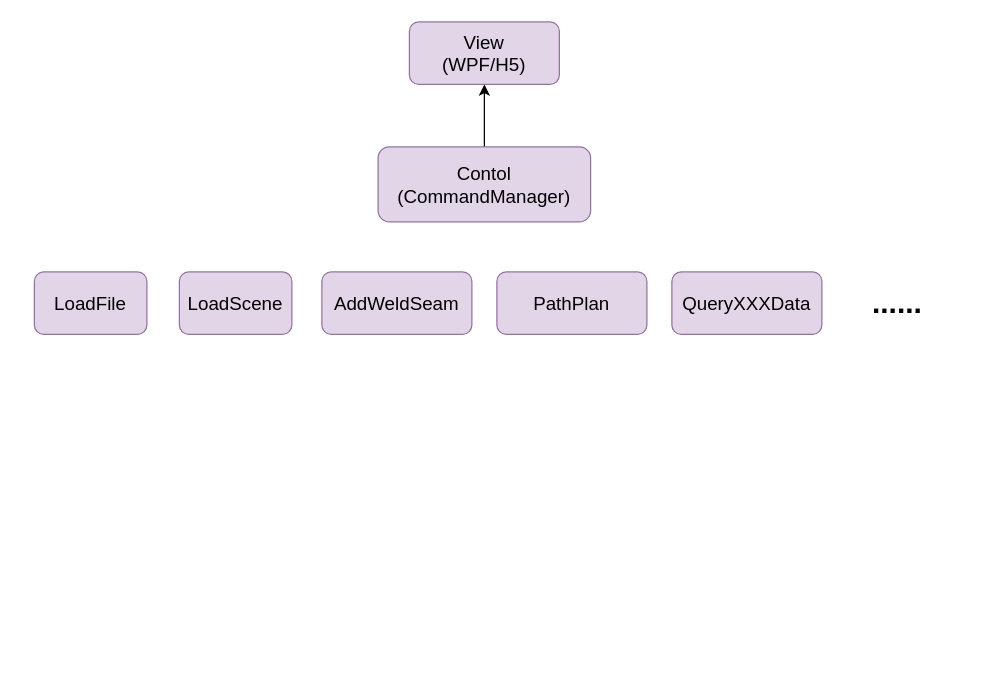
Above: 未命名绘图.drawio in TsinHC/ebook (draw.io), before the change. Source tidied: cells renumbered, new cells numbered last; positions are measured from the earlier drawing's top-left corner, leaving out a move shared by most shapes. Both pictures are drawn from the tidied source at 125%, with x=0, y=0 at pixel (34, 21).
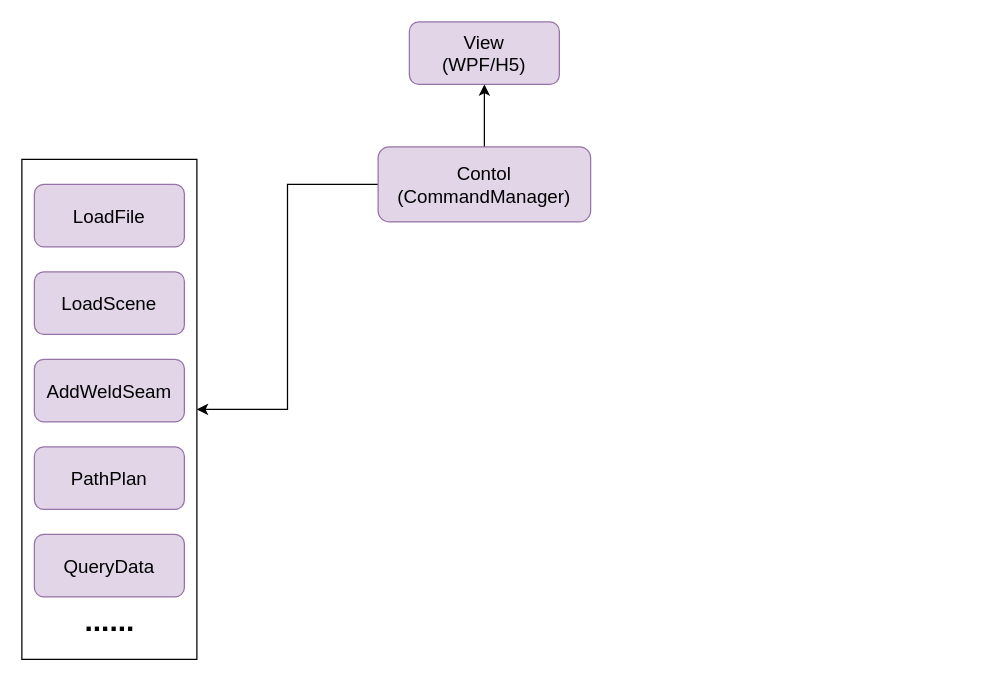
The same diagram, later.

Commit message:
更新未命名绘图.drawio

Change to the diagram source:
```diff
@@
 <mxGraphModel>
   <root>
     <mxCell id="0" />
     <mxCell id="1" parent="0" />
     <mxCell id="2" value="&lt;font style=&quot;font-size: 15px;&quot;&gt;View&lt;br&gt;(WPF/H5)&lt;/font&gt;" style="rounded=1;whiteSpace=wrap;html=1;fillColor=#e1d5e7;strokeColor=#9673a6;" parent="1" vertex="1">
       <mxGeometry x="300" width="120" height="50" as="geometry" />
     </mxCell>
     <mxCell id="3" style="edgeStyle=orthogonalEdgeStyle;rounded=0;jettySize=auto;html=1;" parent="1" edge="1" source="4" target="2">
       <mxGeometry relative="1" as="geometry" />
     </mxCell>
+    <mxCell id="11" style="edgeStyle=orthogonalEdgeStyle;rounded=0;jettySize=auto;html=1;exitX=0;exitY=0.5;exitDx=0;exitDy=0;entryX=1;entryY=0.5;entryDx=0;entryDy=0;" parent="1" edge="1" source="4" target="12">
+      <mxGeometry relative="1" as="geometry" />
+    </mxCell>
     <mxCell id="4" value="&lt;font style=&quot;font-size: 15px;&quot;&gt;Contol&lt;br&gt;(CommandManager)&lt;/font&gt;" style="rounded=1;whiteSpace=wrap;html=1;fillColor=#e1d5e7;strokeColor=#9673a6;" parent="1" vertex="1">
       <mxGeometry x="275" y="100" width="170" height="60" as="geometry" />
     </mxCell>
     <mxCell id="5" value="&lt;span style=&quot;font-size: 15px;&quot;&gt;LoadFile&lt;/span&gt;" style="rounded=1;whiteSpace=wrap;html=1;fillColor=#e1d5e7;strokeColor=#9673a6;" parent="1" vertex="1">
-      <mxGeometry y="200" width="90" height="50" as="geometry" />
+      <mxGeometry y="130" width="120" height="50" as="geometry" />
     </mxCell>
     <mxCell id="6" value="&lt;span style=&quot;font-size: 15px;&quot;&gt;LoadScene&lt;/span&gt;" style="rounded=1;whiteSpace=wrap;html=1;fillColor=#e1d5e7;strokeColor=#9673a6;" parent="1" vertex="1">
-      <mxGeometry x="116" y="200" width="90" height="50" as="geometry" />
+      <mxGeometry y="200" width="120" height="50" as="geometry" />
     </mxCell>
     <mxCell id="7" value="&lt;span style=&quot;font-size: 15px;&quot;&gt;AddWeldSeam&lt;/span&gt;" style="rounded=1;whiteSpace=wrap;html=1;fillColor=#e1d5e7;strokeColor=#9673a6;" parent="1" vertex="1">
-      <mxGeometry x="230" y="200" width="120" height="50" as="geometry" />
+      <mxGeometry y="270" width="120" height="50" as="geometry" />
     </mxCell>
     <mxCell id="8" value="&lt;span style=&quot;font-size: 15px;&quot;&gt;PathPlan&lt;/span&gt;" style="rounded=1;whiteSpace=wrap;html=1;fillColor=#e1d5e7;strokeColor=#9673a6;" parent="1" vertex="1">
-      <mxGeometry x="370" y="200" width="120" height="50" as="geometry" />
+      <mxGeometry y="340" width="120" height="50" as="geometry" />
     </mxCell>
-    <mxCell id="9" value="&lt;span style=&quot;font-size: 15px;&quot;&gt;QueryXXXData&lt;/span&gt;" style="rounded=1;whiteSpace=wrap;html=1;fillColor=#e1d5e7;strokeColor=#9673a6;" parent="1" vertex="1">
-      <mxGeometry x="510" y="200" width="120" height="50" as="geometry" />
+    <mxCell id="9" value="&lt;span style=&quot;font-size: 15px;&quot;&gt;QueryData&lt;/span&gt;" style="rounded=1;whiteSpace=wrap;html=1;fillColor=#e1d5e7;strokeColor=#9673a6;" parent="1" vertex="1">
+      <mxGeometry y="410" width="120" height="50" as="geometry" />
     </mxCell>
+    <mxCell id="12" style="rounded=0;whiteSpace=wrap;html=1;fillColor=none;" parent="1" vertex="1">
+      <mxGeometry x="-10" y="110" width="140" height="400" as="geometry" />
+    </mxCell>
     <mxCell id="10" value="......" style="text;strokeColor=none;fillColor=none;html=1;fontSize=24;fontStyle=1;verticalAlign=middle;align=center;" parent="1" vertex="1">
-      <mxGeometry x="640" y="205" width="100" height="40" as="geometry" />
+      <mxGeometry x="10" y="460" width="100" height="40" as="geometry" />
     </mxCell>
   </root>
 </mxGraphModel>
```
